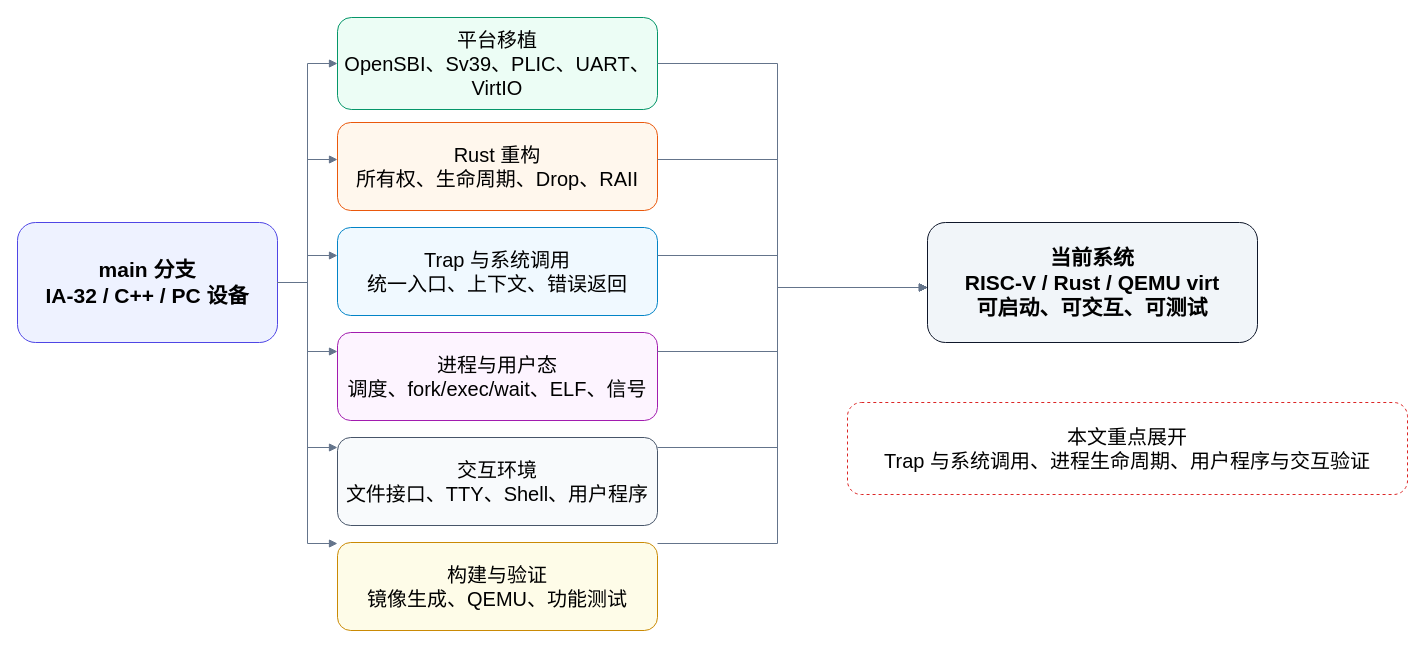
Above: figures/work-scope-map.drawio in greatbridf/Thesis (draw.io), before the change. Source tidied: cells renumbered, new cells numbered last; positions are measured from the earlier drawing's top-left corner, leaving out a move shared by most shapes. Both pictures are drawn from the tidied source at 100%, with x=0, y=0 at pixel (17, 17).
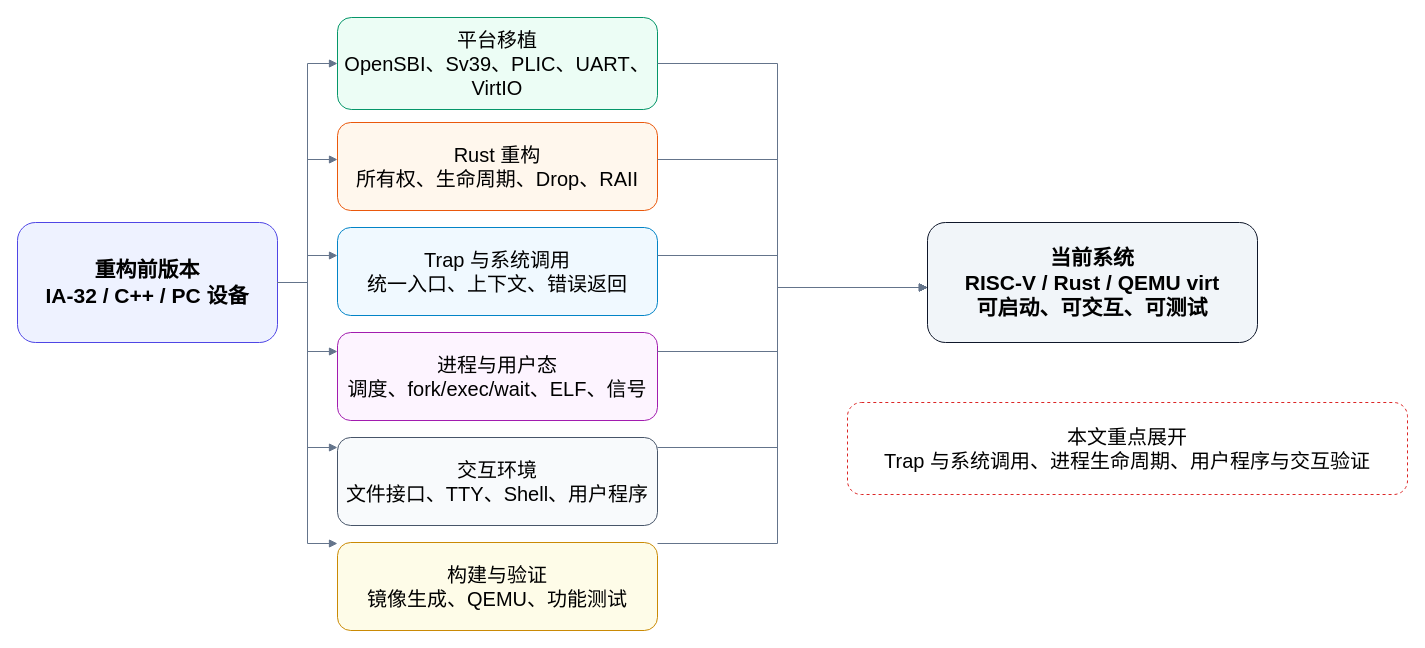
Above is the later version.

Diff of the diagram source:
```diff
@@
-    <mxCell id="2" value="main 分支&#10;IA-32 / C++ / PC 设备" style="rounded=1;whiteSpace=wrap;html=1;fillColor=#eef2ff;strokeColor=#4f46e5;fontSize=21;fontStyle=1;" parent="1" vertex="1">
+    <mxCell id="2" value="重构前版本&#10;IA-32 / C++ / PC 设备" style="rounded=1;whiteSpace=wrap;html=1;fillColor=#eef2ff;strokeColor=#4f46e5;fontSize=21;fontStyle=1;" parent="1" vertex="1">
       <mxGeometry y="205" width="260" height="120" as="geometry" />
     </mxCell>
```
